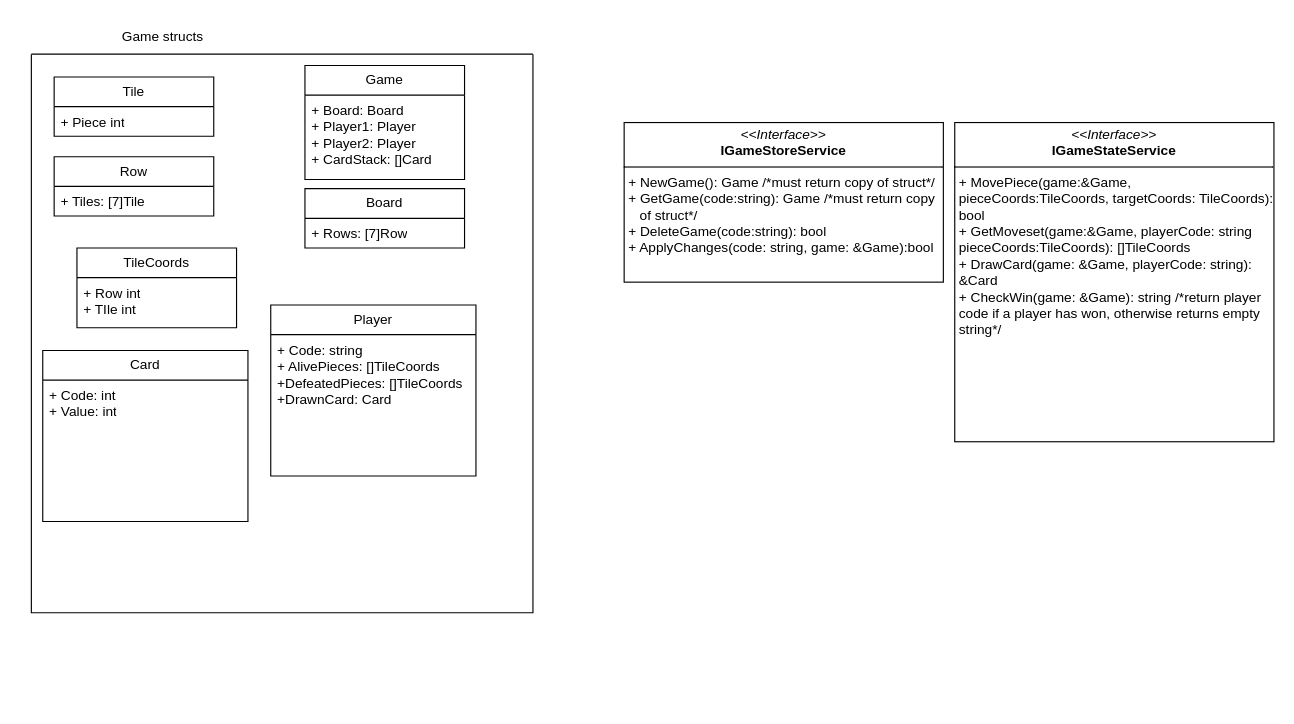
Above: documentation/uml.drawio in sRabosio/Lucky-Chess-go (draw.io), before the change. Source tidied: cells renumbered, new cells numbered last; positions are measured from the earlier drawing's top-left corner, leaving out a move shared by most shapes. Both pictures are drawn from the tidied source at 114%, with x=0, y=0 at pixel (31, 19).
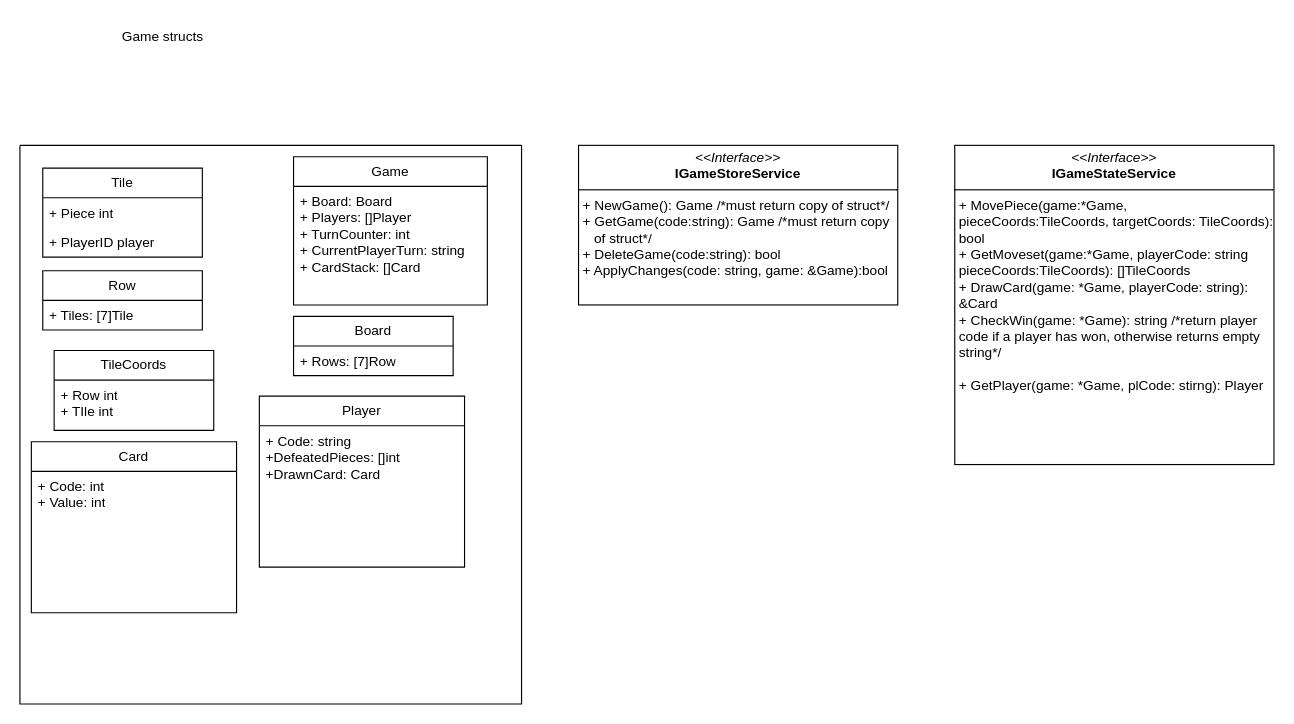
The same page after the edit.

Commit message:
update class diagram

Unchanged cells that the change refers to:
```xml
<mxCell id="6" value="Player" style="swimlane;fontStyle=0;horizontal=1;startSize=26;fillColor=none;whiteSpace=wrap;html=1;" parent="3" vertex="1">
  <mxGeometry x="210" y="220" width="180" height="150" as="geometry" />
</mxCell>
```

What changed in the source:
```diff
@@
     <mxCell id="2" value="&lt;p style=&quot;margin:0px;margin-top:4px;text-align:center;&quot;&gt;&lt;i&gt;&amp;lt;&amp;lt;Interface&amp;gt;&amp;gt;&lt;/i&gt;&lt;br&gt;&lt;b&gt;IGameStoreService&lt;/b&gt;&lt;/p&gt;&lt;hr size=&quot;1&quot; style=&quot;border-style:solid;&quot;&gt;&lt;p style=&quot;margin:0px;margin-left:4px;&quot;&gt;+ NewGame(): Game /*must return copy of struct*/&lt;br&gt;+ GetGame(code:string): Game /*must return copy&amp;nbsp; &amp;nbsp; &amp;nbsp;of struct*/&lt;/p&gt;&lt;p style=&quot;margin:0px;margin-left:4px;&quot;&gt;+ DeleteGame(code:string): bool&lt;/p&gt;&lt;p style=&quot;margin:0px;margin-left:4px;&quot;&gt;+ ApplyChanges(code: string, game: &amp;amp;Game):bool&lt;/p&gt;" style="verticalAlign=top;align=left;overflow=fill;html=1;whiteSpace=wrap;" parent="1" vertex="1">
-      <mxGeometry x="520" y="90" width="280" height="140" as="geometry" />
+      <mxGeometry x="480" y="110" width="280" height="140" as="geometry" />
     </mxCell>
     <mxCell id="3" style="swimlane;startSize=0;" parent="1" vertex="1">
-      <mxGeometry y="30" width="440" height="490" as="geometry" />
+      <mxGeometry x="-10" y="110" width="440" height="490" as="geometry" />
     </mxCell>
     <mxCell id="4" value="TileCoords" style="swimlane;fontStyle=0;horizontal=1;startSize=26;fillColor=none;whiteSpace=wrap;html=1;" parent="3" vertex="1">
-      <mxGeometry x="40" y="170" width="140" height="70" as="geometry" />
+      <mxGeometry x="30" y="180" width="140" height="70" as="geometry" />
     </mxCell>
@@
-    <mxCell id="7" value="+ Code: string&lt;div&gt;+ AlivePieces: []TileCoords&lt;/div&gt;&lt;div&gt;+DefeatedPieces: []TileCoords&lt;/div&gt;&lt;div&gt;+DrawnCard: Card&lt;/div&gt;" style="text;strokeColor=none;fillColor=none;align=left;verticalAlign=top;spacingLeft=4;spacingRight=4;overflow=hidden;whiteSpace=wrap;html=1;" parent="6" vertex="1">
+    <mxCell id="7" value="+ Code: string&lt;div&gt;+DefeatedPieces: []int&lt;/div&gt;&lt;div&gt;+DrawnCard: Card&lt;/div&gt;" style="text;strokeColor=none;fillColor=none;align=left;verticalAlign=top;spacingLeft=4;spacingRight=4;overflow=hidden;whiteSpace=wrap;html=1;" parent="6" vertex="1">
       <mxGeometry y="26" width="180" height="124" as="geometry" />
     </mxCell>
@@
     <mxCell id="10" value="Game" style="swimlane;fontStyle=0;horizontal=1;startSize=26;fillColor=none;whiteSpace=wrap;html=1;" parent="3" vertex="1">
-      <mxGeometry x="240" y="10" width="140" height="100" as="geometry" />
+      <mxGeometry x="240" y="10" width="170" height="130" as="geometry" />
     </mxCell>
-    <mxCell id="11" value="+ Board: Board&lt;div&gt;+ Player1: Player&lt;/div&gt;&lt;div&gt;+ Player2: Player&lt;/div&gt;&lt;div&gt;+ CardStack: []Card&lt;/div&gt;" style="text;strokeColor=none;fillColor=none;align=left;verticalAlign=top;spacingLeft=4;spacingRight=4;overflow=hidden;whiteSpace=wrap;html=1;" parent="10" vertex="1">
-      <mxGeometry y="26" width="140" height="74" as="geometry" />
+    <mxCell id="11" value="+ Board: Board&lt;div&gt;+ Players: []Player&lt;/div&gt;&lt;div&gt;+ TurnCounter: int&lt;/div&gt;&lt;div&gt;+ CurrentPlayerTurn: string&lt;/div&gt;&lt;div&gt;+ CardStack: []Card&lt;/div&gt;" style="text;strokeColor=none;fillColor=none;align=left;verticalAlign=top;spacingLeft=4;spacingRight=4;overflow=hidden;whiteSpace=wrap;html=1;" parent="10" vertex="1">
+      <mxGeometry y="26" width="170" height="104" as="geometry" />
     </mxCell>
     <mxCell id="12" value="Board" style="swimlane;fontStyle=0;horizontal=1;startSize=26;fillColor=none;whiteSpace=wrap;html=1;" parent="3" vertex="1">
-      <mxGeometry x="240" y="118" width="140" height="52" as="geometry" />
+      <mxGeometry x="240" y="150" width="140" height="52" as="geometry" />
     </mxCell>
@@
     <mxCell id="14" value="Tile" style="swimlane;fontStyle=0;horizontal=1;startSize=26;fillColor=none;whiteSpace=wrap;html=1;" parent="3" vertex="1">
-      <mxGeometry x="20" y="20" width="140" height="52" as="geometry" />
+      <mxGeometry x="20" y="20" width="140" height="78" as="geometry" />
     </mxCell>
@@
+    <mxCell id="20" value="+ PlayerID player&lt;div&gt;&lt;br&gt;&lt;/div&gt;" style="text;strokeColor=none;fillColor=none;align=left;verticalAlign=top;spacingLeft=4;spacingRight=4;overflow=hidden;whiteSpace=wrap;html=1;" parent="14" vertex="1">
+      <mxGeometry y="52" width="140" height="26" as="geometry" />
+    </mxCell>
     <mxCell id="16" value="Row" style="swimlane;fontStyle=0;horizontal=1;startSize=26;fillColor=none;whiteSpace=wrap;html=1;" parent="3" vertex="1">
-      <mxGeometry x="20" y="90" width="140" height="52" as="geometry" />
+      <mxGeometry x="20" y="110" width="140" height="52" as="geometry" />
     </mxCell>
@@
-    <mxCell id="19" value="&lt;p style=&quot;margin:0px;margin-top:4px;text-align:center;&quot;&gt;&lt;i&gt;&amp;lt;&amp;lt;Interface&amp;gt;&amp;gt;&lt;/i&gt;&lt;br&gt;&lt;b&gt;IGameStateService&lt;/b&gt;&lt;/p&gt;&lt;hr size=&quot;1&quot; style=&quot;border-style:solid;&quot;&gt;&lt;p style=&quot;margin:0px;margin-left:4px;&quot;&gt;+ MovePiece(game:&amp;amp;Game, pieceCoords:TileCoords, targetCoords: TileCoords): bool&lt;/p&gt;&lt;p style=&quot;margin:0px;margin-left:4px;&quot;&gt;+ GetMoveset(game:&amp;amp;Game, playerCode: string pieceCoords:TileCoords): []TileCoords&lt;/p&gt;&lt;p style=&quot;margin:0px;margin-left:4px;&quot;&gt;+ DrawCard(game: &amp;amp;Game, playerCode: string): &amp;amp;Card&lt;/p&gt;&lt;p style=&quot;margin:0px;margin-left:4px;&quot;&gt;+ CheckWin(game: &amp;amp;Game): string /*return player code if a player has won, otherwise returns empty string*/&lt;/p&gt;&lt;p style=&quot;margin:0px;margin-left:4px;&quot;&gt;&lt;br&gt;&lt;/p&gt;&lt;p style=&quot;margin:0px;margin-left:4px;&quot;&gt;&lt;br&gt;&lt;/p&gt;" style="verticalAlign=top;align=left;overflow=fill;html=1;whiteSpace=wrap;" parent="1" vertex="1">
-      <mxGeometry x="810" y="90" width="280" height="280" as="geometry" />
+    <mxCell id="19" value="&lt;p style=&quot;margin:0px;margin-top:4px;text-align:center;&quot;&gt;&lt;i&gt;&amp;lt;&amp;lt;Interface&amp;gt;&amp;gt;&lt;/i&gt;&lt;br&gt;&lt;b&gt;IGameStateService&lt;/b&gt;&lt;/p&gt;&lt;hr size=&quot;1&quot; style=&quot;border-style:solid;&quot;&gt;&lt;p style=&quot;margin:0px;margin-left:4px;&quot;&gt;+ MovePiece(game:*Game, pieceCoords:TileCoords, targetCoords: TileCoords): bool&lt;/p&gt;&lt;p style=&quot;margin:0px;margin-left:4px;&quot;&gt;+ GetMoveset(game:*Game, playerCode: string pieceCoords:TileCoords): []TileCoords&lt;/p&gt;&lt;p style=&quot;margin:0px;margin-left:4px;&quot;&gt;+ DrawCard(game: *Game, playerCode: string): &amp;amp;Card&lt;/p&gt;&lt;p style=&quot;margin:0px;margin-left:4px;&quot;&gt;+ CheckWin(game: *Game): string /*return player code if a player has won, otherwise returns empty string*/&lt;/p&gt;&lt;p style=&quot;margin:0px;margin-left:4px;&quot;&gt;&lt;br&gt;&lt;/p&gt;&lt;p style=&quot;margin:0px;margin-left:4px;&quot;&gt;+ GetPlayer(game: *Game, plCode: stirng): Player&lt;/p&gt;&lt;p style=&quot;margin:0px;margin-left:4px;&quot;&gt;&lt;br&gt;&lt;/p&gt;&lt;p style=&quot;margin:0px;margin-left:4px;&quot;&gt;&lt;br&gt;&lt;/p&gt;" style="verticalAlign=top;align=left;overflow=fill;html=1;whiteSpace=wrap;" parent="1" vertex="1">
+      <mxGeometry x="810" y="110" width="280" height="280" as="geometry" />
     </mxCell>
```
